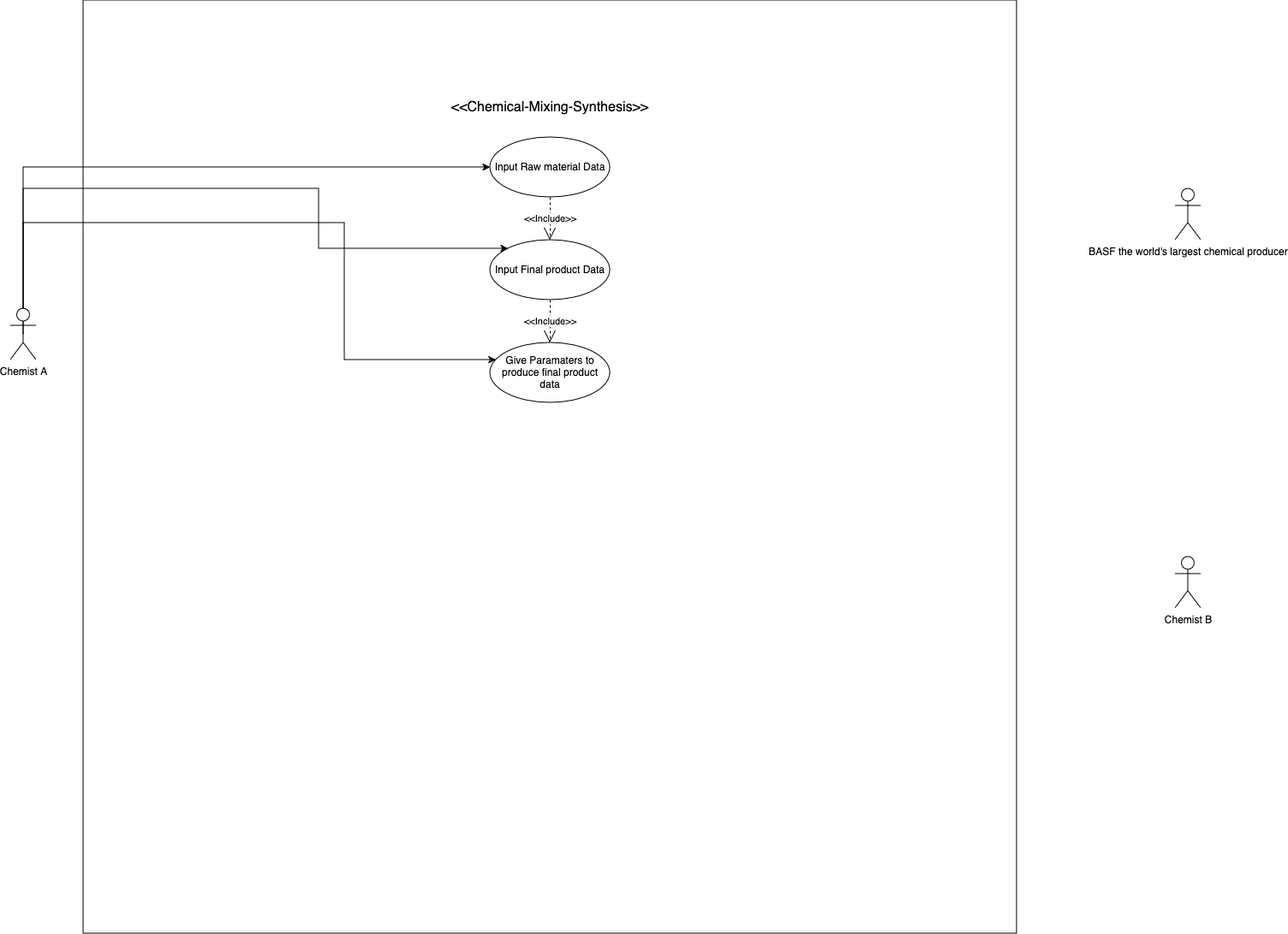
This is use-case.png from a-l-a-z-a-r/Chemical-Mixing-Data-Synthesis, a draw.io export, as it was before one commit. Source tidied: cells renumbered, new cells last; positions are measured from the earlier drawing's top-left corner, leaving out a move shared by most shapes.
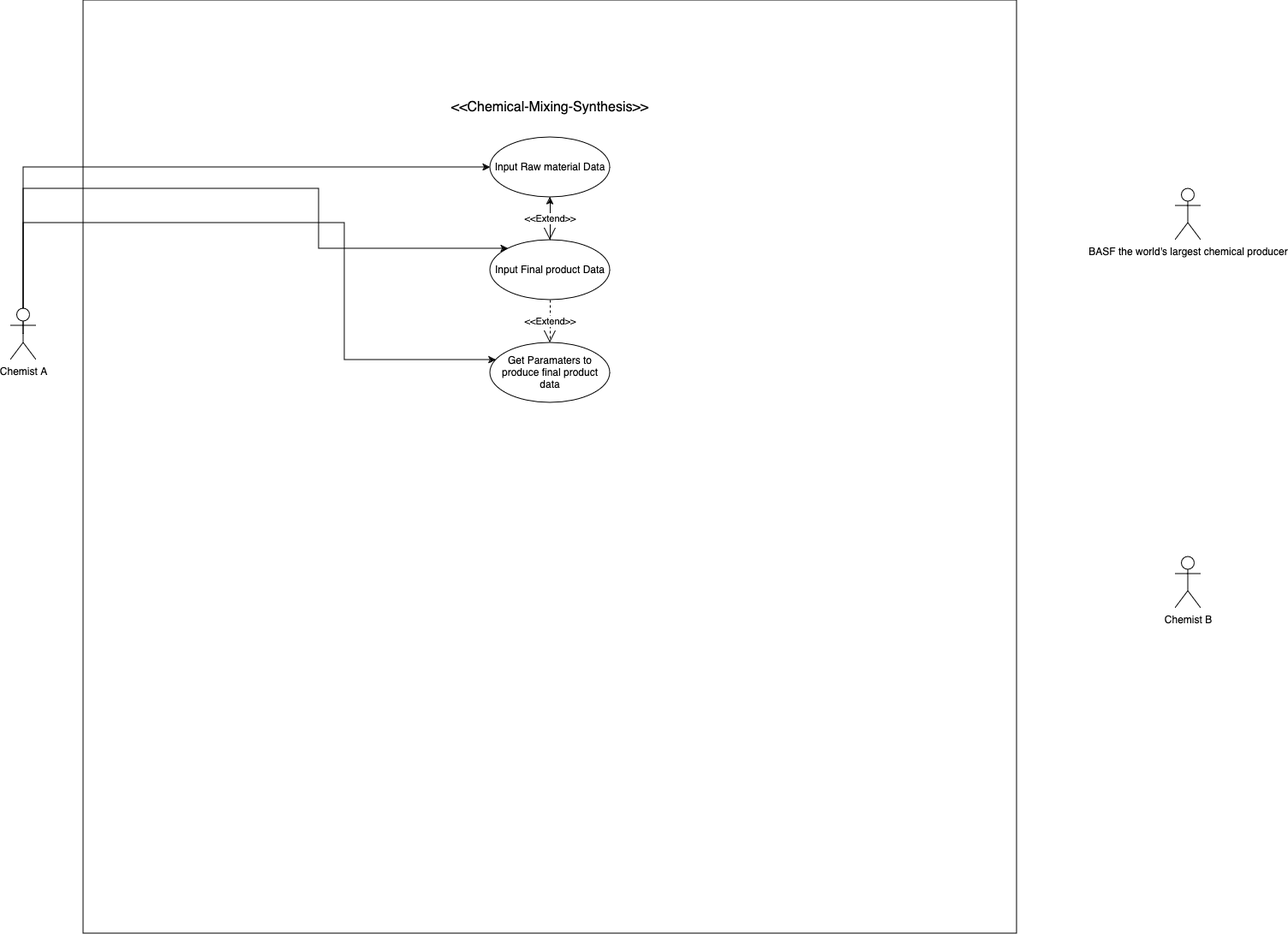
Later version of the same file.

Diff of the diagram source:
```diff
@@ -39,22 +39,25 @@
     <mxCell id="8" value="Input Raw material Data " style="ellipse;whiteSpace=wrap;html=1;labelBackgroundColor=none;" parent="1" vertex="1">
       <mxGeometry x="560" y="160" width="140" height="70" as="geometry" />
     </mxCell>
+    <mxCell id="15" style="edgeStyle=orthogonalEdgeStyle;rounded=0;jettySize=auto;html=1;" parent="1" edge="1" source="9" target="8">
+      <mxGeometry relative="1" as="geometry" />
+    </mxCell>
     <mxCell id="9" value="Input Final product Data " style="ellipse;whiteSpace=wrap;html=1;labelBackgroundColor=none;" parent="1" vertex="1">
       <mxGeometry x="560" y="280" width="140" height="70" as="geometry" />
     </mxCell>
-    <mxCell id="10" value="&lt;div&gt;Give Paramaters to produce final product data &lt;br&gt;&lt;/div&gt;" style="ellipse;whiteSpace=wrap;html=1;" parent="1" vertex="1">
+    <mxCell id="10" value="&lt;div&gt;Get Paramaters to produce final product data &lt;br&gt;&lt;/div&gt;" style="ellipse;whiteSpace=wrap;html=1;" parent="1" vertex="1">
       <mxGeometry x="560" y="400" width="140" height="70" as="geometry" />
     </mxCell>
     <mxCell id="11" value="&amp;lt;&amp;lt;Chemical-Mixing-Synthesis&amp;gt;&amp;gt;" style="text;strokeColor=none;fillColor=none;html=1;align=center;verticalAlign=middle;whiteSpace=wrap;rounded=0;fontSize=16;" parent="1" vertex="1">
       <mxGeometry x="485" y="110" width="290" height="30" as="geometry" />
     </mxCell>
-    <mxCell id="12" value="&amp;lt;&amp;lt;Include&amp;gt;&amp;gt;" style="endArrow=open;endSize=12;dashed=1;html=1;rounded=0;exitX=0.5;exitY=1;exitDx=0;exitDy=0;entryX=0.5;entryY=0;entryDx=0;entryDy=0;" parent="1" edge="1" source="9" target="10">
+    <mxCell id="12" value="&amp;lt;&amp;lt;Extend&amp;gt;&amp;gt;" style="endArrow=open;endSize=12;dashed=1;html=1;rounded=0;exitX=0.5;exitY=1;exitDx=0;exitDy=0;entryX=0.5;entryY=0;entryDx=0;entryDy=0;" parent="1" edge="1" source="9" target="10">
       <mxGeometry relative="1" as="geometry" />
     </mxCell>
     <mxCell id="13" value="Chemist B" style="shape=umlActor;verticalLabelPosition=bottom;verticalAlign=top;html=1;" parent="1" vertex="1">
       <mxGeometry x="1360" y="650" width="30" height="60" as="geometry" />
     </mxCell>
-    <mxCell id="14" value="&amp;lt;&amp;lt;Include&amp;gt;&amp;gt;" style="endArrow=open;endSize=12;dashed=1;html=1;rounded=0;exitX=0.5;exitY=1;exitDx=0;exitDy=0;" parent="1" edge="1" source="8" target="9">
+    <mxCell id="14" value="&amp;lt;&amp;lt;Extend&amp;gt;&amp;gt;" style="endArrow=open;endSize=12;dashed=1;html=1;rounded=0;exitX=0.5;exitY=1;exitDx=0;exitDy=0;" parent="1" edge="1" source="8" target="9">
       <mxGeometry relative="1" as="geometry" />
     </mxCell>
   </root>
```
